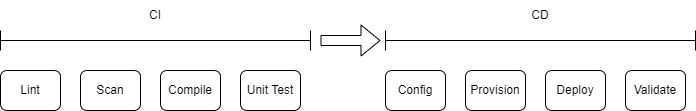
Above: slides/img/pipelines.drawio.png in codebytes/github-actions-demos (draw.io), before the change. Source tidied: cells renumbered, new cells last; positions are measured from the earlier drawing's top-left corner, leaving out a move shared by most shapes. The source it was exported from:
```xml
<mxGraphModel>
  <root>
    <mxCell id="0" />
    <mxCell id="1" parent="0" />
    <mxCell id="2" value="Lint" style="rounded=1;whiteSpace=wrap;html=1;" parent="1" vertex="1">
      <mxGeometry y="70" width="60" height="40" as="geometry" />
    </mxCell>
    <mxCell id="3" style="shape=crossbar;whiteSpace=wrap;html=1;rounded=1;" parent="1" vertex="1">
      <mxGeometry y="30" width="310" height="20" as="geometry" />
    </mxCell>
    <mxCell id="4" value="CI" style="text;html=1;strokeColor=none;fillColor=none;align=center;verticalAlign=middle;whiteSpace=wrap;rounded=0;" parent="1" vertex="1">
      <mxGeometry x="125" width="60" height="30" as="geometry" />
    </mxCell>
    <mxCell id="5" value="Scan" style="rounded=1;whiteSpace=wrap;html=1;" parent="1" vertex="1">
      <mxGeometry x="80" y="70" width="60" height="40" as="geometry" />
    </mxCell>
    <mxCell id="6" value="Compile" style="rounded=1;whiteSpace=wrap;html=1;" parent="1" vertex="1">
      <mxGeometry x="160" y="70" width="60" height="40" as="geometry" />
    </mxCell>
    <mxCell id="7" value="Unit Test" style="rounded=1;whiteSpace=wrap;html=1;" parent="1" vertex="1">
      <mxGeometry x="240" y="70" width="60" height="40" as="geometry" />
    </mxCell>
    <mxCell id="8" value="Config" style="rounded=1;whiteSpace=wrap;html=1;" parent="1" vertex="1">
      <mxGeometry x="385" y="70" width="60" height="40" as="geometry" />
    </mxCell>
    <mxCell id="9" style="shape=crossbar;whiteSpace=wrap;html=1;rounded=1;" parent="1" vertex="1">
      <mxGeometry x="385" y="30" width="310" height="20" as="geometry" />
    </mxCell>
    <mxCell id="10" value="CD" style="text;html=1;strokeColor=none;fillColor=none;align=center;verticalAlign=middle;whiteSpace=wrap;rounded=0;" parent="1" vertex="1">
      <mxGeometry x="510" width="60" height="30" as="geometry" />
    </mxCell>
    <mxCell id="11" value="Provision" style="rounded=1;whiteSpace=wrap;html=1;" parent="1" vertex="1">
      <mxGeometry x="465" y="70" width="60" height="40" as="geometry" />
    </mxCell>
    <mxCell id="12" value="Deploy" style="rounded=1;whiteSpace=wrap;html=1;" parent="1" vertex="1">
      <mxGeometry x="545" y="70" width="60" height="40" as="geometry" />
    </mxCell>
    <mxCell id="13" value="Validate" style="rounded=1;whiteSpace=wrap;html=1;" parent="1" vertex="1">
      <mxGeometry x="625" y="70" width="60" height="40" as="geometry" />
    </mxCell>
    <mxCell id="14" style="shape=flexArrow;endArrow=classic;html=1;" parent="1" edge="1">
      <mxGeometry relative="1" as="geometry">
        <mxPoint x="320" y="40" as="sourcePoint" />
        <mxPoint x="380" y="40" as="targetPoint" />
      </mxGeometry>
    </mxCell>
  </root>
</mxGraphModel>
```
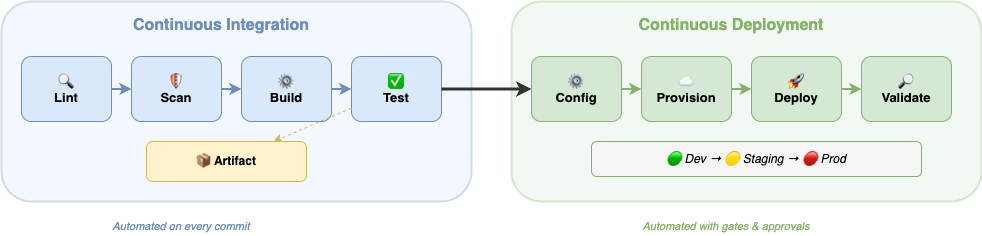
After the commit.

The edit, as a diff of the source:
```diff
@@ -2,47 +2,77 @@
   <root>
     <mxCell id="0" />
     <mxCell id="1" parent="0" />
-    <mxCell id="2" value="Lint" style="rounded=1;whiteSpace=wrap;html=1;" parent="1" vertex="1">
-      <mxGeometry y="70" width="60" height="40" as="geometry" />
+    <mxCell id="2" style="rounded=1;whiteSpace=wrap;html=1;fillColor=#dae8fc;strokeColor=#6c8ebf;strokeWidth=2;opacity=30;" parent="1" vertex="1">
+      <mxGeometry x="-10" y="-90" width="470" height="200" as="geometry" />
     </mxCell>
-    <mxCell id="3" style="shape=crossbar;whiteSpace=wrap;html=1;rounded=1;" parent="1" vertex="1">
-      <mxGeometry y="30" width="310" height="20" as="geometry" />
-    </mxCell>
-    <mxCell id="4" value="CI" style="text;html=1;strokeColor=none;fillColor=none;align=center;verticalAlign=middle;whiteSpace=wrap;rounded=0;" parent="1" vertex="1">
-      <mxGeometry x="125" width="60" height="30" as="geometry" />
-    </mxCell>
+    <mxCell id="15" value="Continuous Integration" style="text;html=1;align=center;verticalAlign=top;whiteSpace=wrap;rounded=0;fontStyle=1;fontSize=16;fontColor=#6c8ebf;" parent="1" vertex="1">
+      <mxGeometry x="80" y="-82" width="260" height="30" as="geometry" />
+    </mxCell>
-    <mxCell id="5" value="Scan" style="rounded=1;whiteSpace=wrap;html=1;" parent="1" vertex="1">
-      <mxGeometry x="80" y="70" width="60" height="40" as="geometry" />
+    <mxCell id="5" value="🔍&#10;Lint" style="rounded=1;whiteSpace=wrap;html=1;fillColor=#dae8fc;strokeColor=#6c8ebf;fontStyle=1;fontSize=13;verticalAlign=middle;" parent="1" vertex="1">
+      <mxGeometry x="10" y="-35" width="90" height="65" as="geometry" />
     </mxCell>
-    <mxCell id="6" value="Compile" style="rounded=1;whiteSpace=wrap;html=1;" parent="1" vertex="1">
-      <mxGeometry x="160" y="70" width="60" height="40" as="geometry" />
+    <mxCell id="6" value="🛡️&#10;Scan" style="rounded=1;whiteSpace=wrap;html=1;fillColor=#dae8fc;strokeColor=#6c8ebf;fontStyle=1;fontSize=13;verticalAlign=middle;" parent="1" vertex="1">
+      <mxGeometry x="120" y="-35" width="90" height="65" as="geometry" />
     </mxCell>
-    <mxCell id="7" value="Unit Test" style="rounded=1;whiteSpace=wrap;html=1;" parent="1" vertex="1">
-      <mxGeometry x="240" y="70" width="60" height="40" as="geometry" />
+    <mxCell id="7" value="⚙️&#10;Build" style="rounded=1;whiteSpace=wrap;html=1;fillColor=#dae8fc;strokeColor=#6c8ebf;fontStyle=1;fontSize=13;verticalAlign=middle;" parent="1" vertex="1">
+      <mxGeometry x="230" y="-35" width="90" height="65" as="geometry" />
     </mxCell>
-    <mxCell id="8" value="Config" style="rounded=1;whiteSpace=wrap;html=1;" parent="1" vertex="1">
-      <mxGeometry x="385" y="70" width="60" height="40" as="geometry" />
+    <mxCell id="8" value="✅&#10;Test" style="rounded=1;whiteSpace=wrap;html=1;fillColor=#dae8fc;strokeColor=#6c8ebf;fontStyle=1;fontSize=13;verticalAlign=middle;" parent="1" vertex="1">
+      <mxGeometry x="340" y="-35" width="90" height="65" as="geometry" />
     </mxCell>
+    <mxCell id="16" style="rounded=1;strokeWidth=2;strokeColor=#6c8ebf;" parent="1" edge="1" source="5" target="6">
+      <mxGeometry relative="1" as="geometry" />
+    </mxCell>
+    <mxCell id="17" style="rounded=1;strokeWidth=2;strokeColor=#6c8ebf;" parent="1" edge="1" source="6" target="7">
+      <mxGeometry relative="1" as="geometry" />
+    </mxCell>
+    <mxCell id="18" style="rounded=1;strokeWidth=2;strokeColor=#6c8ebf;" parent="1" edge="1" source="7" target="8">
+      <mxGeometry relative="1" as="geometry" />
+    </mxCell>
-    <mxCell id="9" style="shape=crossbar;whiteSpace=wrap;html=1;rounded=1;" parent="1" vertex="1">
-      <mxGeometry x="385" y="30" width="310" height="20" as="geometry" />
+    <mxCell id="9" value="📦 Artifact" style="rounded=1;whiteSpace=wrap;html=1;fillColor=#fff2cc;strokeColor=#d6b656;fontStyle=1;fontSize=12;" parent="1" vertex="1">
+      <mxGeometry x="135" y="50" width="160" height="40" as="geometry" />
     </mxCell>
-    <mxCell id="10" value="CD" style="text;html=1;strokeColor=none;fillColor=none;align=center;verticalAlign=middle;whiteSpace=wrap;rounded=0;" parent="1" vertex="1">
-      <mxGeometry x="510" width="60" height="30" as="geometry" />
-    </mxCell>
-    <mxCell id="11" value="Provision" style="rounded=1;whiteSpace=wrap;html=1;" parent="1" vertex="1">
-      <mxGeometry x="465" y="70" width="60" height="40" as="geometry" />
-    </mxCell>
-    <mxCell id="12" value="Deploy" style="rounded=1;whiteSpace=wrap;html=1;" parent="1" vertex="1">
-      <mxGeometry x="545" y="70" width="60" height="40" as="geometry" />
-    </mxCell>
-    <mxCell id="13" value="Validate" style="rounded=1;whiteSpace=wrap;html=1;" parent="1" vertex="1">
-      <mxGeometry x="625" y="70" width="60" height="40" as="geometry" />
-    </mxCell>
-    <mxCell id="14" style="shape=flexArrow;endArrow=classic;html=1;" parent="1" edge="1">
-      <mxGeometry relative="1" as="geometry">
-        <mxPoint x="320" y="40" as="sourcePoint" />
-        <mxPoint x="380" y="40" as="targetPoint" />
-      </mxGeometry>
-    </mxCell>
+    <mxCell id="19" style="rounded=1;strokeWidth=1;strokeColor=#d6b656;dashed=1;" parent="1" edge="1" source="8" target="9">
+      <mxGeometry relative="1" as="geometry" />
+    </mxCell>
+    <mxCell id="20" style="rounded=1;whiteSpace=wrap;html=1;fillColor=#d5e8d4;strokeColor=#82b366;strokeWidth=2;opacity=30;" parent="1" vertex="1">
+      <mxGeometry x="500" y="-90" width="470" height="200" as="geometry" />
+    </mxCell>
+    <mxCell id="3" value="Continuous Deployment" style="text;html=1;align=center;verticalAlign=top;whiteSpace=wrap;rounded=0;fontStyle=1;fontSize=16;fontColor=#82b366;" parent="1" vertex="1">
+      <mxGeometry x="590" y="-82" width="260" height="30" as="geometry" />
+    </mxCell>
+    <mxCell id="21" value="⚙️&#10;Config" style="rounded=1;whiteSpace=wrap;html=1;fillColor=#d5e8d4;strokeColor=#82b366;fontStyle=1;fontSize=13;verticalAlign=middle;" parent="1" vertex="1">
+      <mxGeometry x="520" y="-35" width="90" height="65" as="geometry" />
+    </mxCell>
+    <mxCell id="22" value="☁️&#10;Provision" style="rounded=1;whiteSpace=wrap;html=1;fillColor=#d5e8d4;strokeColor=#82b366;fontStyle=1;fontSize=13;verticalAlign=middle;" parent="1" vertex="1">
+      <mxGeometry x="630" y="-35" width="90" height="65" as="geometry" />
+    </mxCell>
+    <mxCell id="23" value="🚀&#10;Deploy" style="rounded=1;whiteSpace=wrap;html=1;fillColor=#d5e8d4;strokeColor=#82b366;fontStyle=1;fontSize=13;verticalAlign=middle;" parent="1" vertex="1">
+      <mxGeometry x="740" y="-35" width="90" height="65" as="geometry" />
+    </mxCell>
+    <mxCell id="24" value="🔎&#10;Validate" style="rounded=1;whiteSpace=wrap;html=1;fillColor=#d5e8d4;strokeColor=#82b366;fontStyle=1;fontSize=13;verticalAlign=middle;" parent="1" vertex="1">
+      <mxGeometry x="850" y="-35" width="90" height="65" as="geometry" />
+    </mxCell>
+    <mxCell id="25" style="rounded=1;strokeWidth=2;strokeColor=#82b366;" parent="1" edge="1" source="21" target="22">
+      <mxGeometry relative="1" as="geometry" />
+    </mxCell>
+    <mxCell id="26" style="rounded=1;strokeWidth=2;strokeColor=#82b366;" parent="1" edge="1" source="22" target="23">
+      <mxGeometry relative="1" as="geometry" />
+    </mxCell>
+    <mxCell id="27" style="rounded=1;strokeWidth=2;strokeColor=#82b366;" parent="1" edge="1" source="23" target="24">
+      <mxGeometry relative="1" as="geometry" />
+    </mxCell>
+    <mxCell id="28" style="edgeStyle=orthogonalEdgeStyle;rounded=1;strokeWidth=3;strokeColor=#333333;dashed=0;" parent="1" edge="1" source="8" target="21">
+      <mxGeometry relative="1" as="geometry" />
+    </mxCell>
+    <mxCell id="29" value="🟢 Dev → 🟡 Staging → 🔴 Prod" style="rounded=1;whiteSpace=wrap;html=1;fillColor=#f5f5f5;strokeColor=#82b366;fontSize=12;fontStyle=2;" parent="1" vertex="1">
+      <mxGeometry x="580" y="50" width="330" height="35" as="geometry" />
+    </mxCell>
+    <mxCell id="30" value="Automated on every commit" style="text;html=1;align=center;verticalAlign=middle;whiteSpace=wrap;rounded=0;fontStyle=2;fontSize=11;fontColor=#6c8ebf;" parent="1" vertex="1">
+      <mxGeometry x="60" y="125" width="220" height="20" as="geometry" />
+    </mxCell>
+    <mxCell id="31" value="Automated with gates &amp; approvals" style="text;html=1;align=center;verticalAlign=middle;whiteSpace=wrap;rounded=0;fontStyle=2;fontSize=11;fontColor=#82b366;" parent="1" vertex="1">
+      <mxGeometry x="590" y="125" width="250" height="20" as="geometry" />
+    </mxCell>
   </root>
 </mxGraphModel>
```
